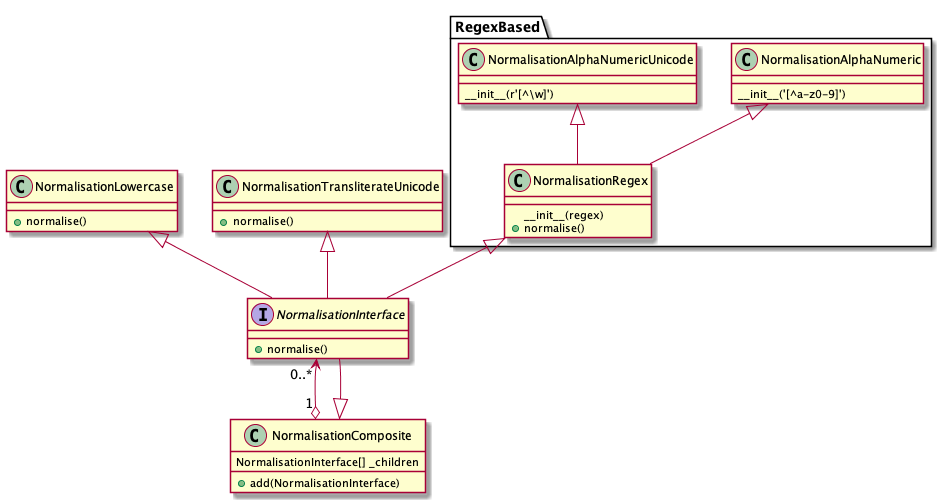
ebu/benchmarkstt keeps this PlantUML diagram as docs/adr/hld/ADR0001.png. Above is the earlier version. Source of this version:
```plantuml
@startuml

interface NormalisationInterface
{
  + normalise()
}

class NormalisationComposite {
  NormalisationInterface[] _children
  + add(NormalisationInterface)
}



class NormalisationLowercase {
  + normalise()
}

package RegexBased {
  class NormalisationRegex {
    __init__(regex)
    + normalise()
  }

  class NormalisationAlphaNumeric {
    __init__('[^a-z0-9]')
  }

  class NormalisationAlphaNumericUnicode {
    __init__(r'[^\w]')
  }
}

class NormalisationTransliterateUnicode {
  + normalise()
}

NormalisationComposite <|-- NormalisationInterface
NormalisationLowercase <|-- NormalisationInterface
NormalisationRegex <|-- NormalisationInterface
NormalisationTransliterateUnicode <|-- NormalisationInterface
NormalisationAlphaNumeric <|-- NormalisationRegex
NormalisationAlphaNumericUnicode <|-- NormalisationRegex
NormalisationInterface "0..*" <--o "1" NormalisationComposite
@enduml
```
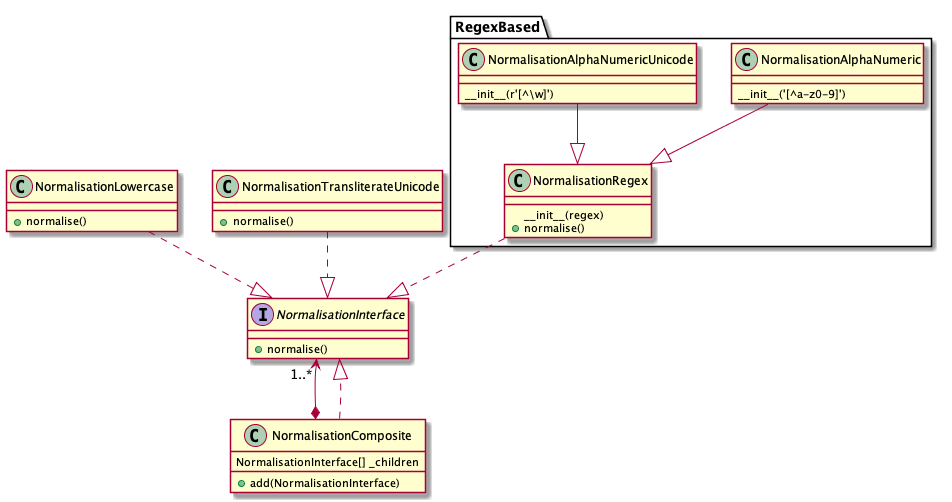
The same diagram one commit later.

Commit message:
correct uml diagram

Diff of the diagram source:
```diff
@@ -35,11 +35,11 @@
   + normalise()
 }
 
-NormalisationComposite <|-- NormalisationInterface
-NormalisationLowercase <|-- NormalisationInterface
-NormalisationRegex <|-- NormalisationInterface
-NormalisationTransliterateUnicode <|-- NormalisationInterface
-NormalisationAlphaNumeric <|-- NormalisationRegex
-NormalisationAlphaNumericUnicode <|-- NormalisationRegex
-NormalisationInterface "0..*" <--o "1" NormalisationComposite
+NormalisationComposite ..|> NormalisationInterface
+NormalisationLowercase ..|> NormalisationInterface
+NormalisationRegex ..|> NormalisationInterface
+NormalisationTransliterateUnicode ..|> NormalisationInterface
+NormalisationAlphaNumeric --|> NormalisationRegex
+NormalisationAlphaNumericUnicode --|> NormalisationRegex
+NormalisationInterface "1..*" <--* NormalisationComposite
 @enduml
```
